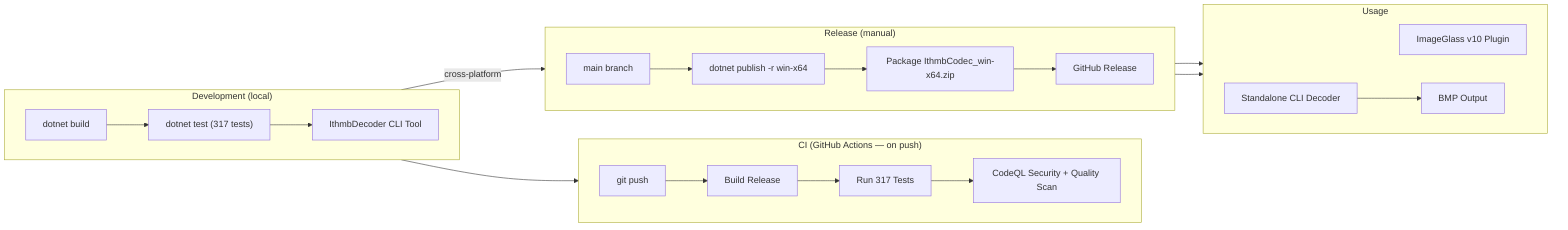
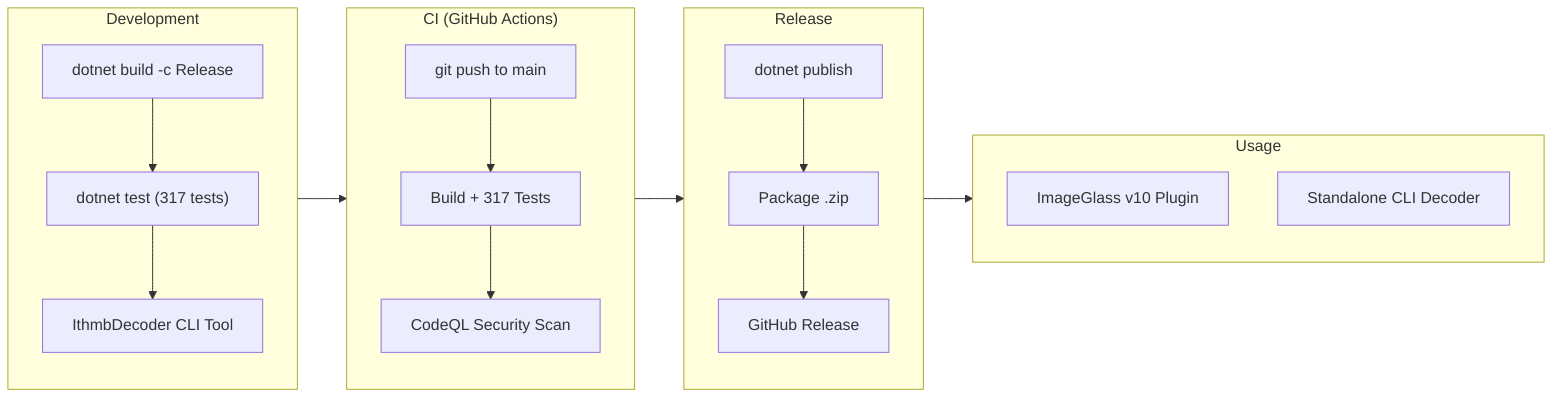
flowchart LR
-     subgraph TEST["Development (local)"]
-         direction LR
-         BUILD["dotnet build"] --> TESTRUN["dotnet test (317 tests)"]
-         TESTRUN --> CLI["IthmbDecoder CLI Tool"]
+     subgraph DEV["Development"]
+         direction TB
+         BUILD["dotnet build -c Release"]
+         TEST["dotnet test (317 tests)"]
+         CLI["IthmbDecoder CLI Tool"]
+         BUILD --> TEST --> CLI
    end

-     subgraph CI["CI (GitHub Actions — on push)"]
-         direction LR
-         PUSH["git push"] --> CIBUILD["Build Release"]
-         CIBUILD --> CITEST["Run 317 Tests"]
-         CITEST --> CODEQL["CodeQL Security + Quality Scan"]
+     subgraph CI["CI (GitHub Actions)"]
+         direction TB
+         PUSH["git push to main"]
+         BT["Build + 317 Tests"]
+         CODEQL["CodeQL Security Scan"]
+         PUSH --> BT --> CODEQL
    end

-     subgraph RELEASE["Release (manual)"]
-         direction LR
-         MAIN["main branch"] --> PUBLISH["dotnet publish -r win-x64"]
-         PUBLISH --> ZIP["Package IthmbCodec_win-x64.zip"]
-         ZIP --> GH["GitHub Release"]
+     subgraph REL["Release"]
+         direction TB
+         PUB["dotnet publish"]
+         PKG["Package .zip"]
+         GH["GitHub Release"]
+         PUB --> PKG --> GH
    end

    subgraph USAGE["Usage"]
-         direction LR
-         GH --> IG["ImageGlass v10 Plugin"]
-         GH --> CLIUSAGE["Standalone CLI Decoder"]
-         CLIUSAGE --> BMP["BMP Output"]
+         IG["ImageGlass v10 Plugin"]
+         CLI_USAGE["Standalone CLI Decoder"]
    end

-     BUILD -->|"cross-platform"| RELEASE
-     TESTRUN --> CI
+     DEV --> CI --> REL --> USAGE
